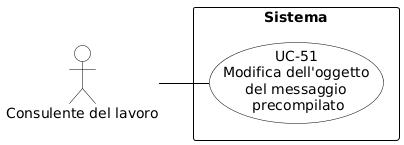
This is RTB/Analisi dei Requisiti/diagrammi_use_case/UC-51.png from aLittleByte-19/Documentazione, a PlantUML export, as it was before one commit.
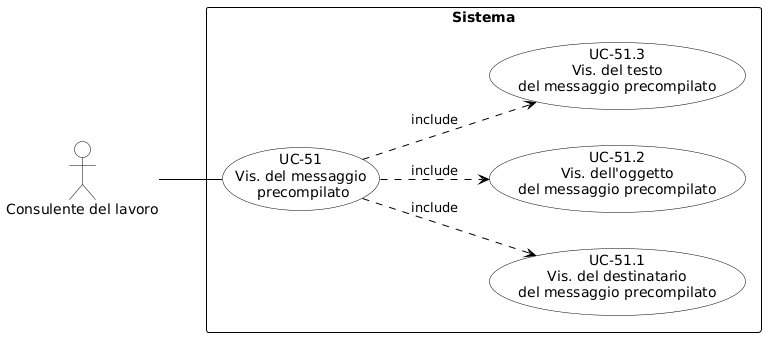
The same file after the commit.

Diff of the diagram source:
```diff
@@ -2,8 +2,6 @@
 skinparam shadowing false
 skinparam defaultFontName Arial
 left to right direction
-skinparam nodesep 15
-skinparam ranksep 50
 
 skinparam usecase {
     BackgroundColor white
@@ -19,12 +17,19 @@
     FontStyle bold
 }
 
-actor "Consulente del lavoro" as CL
+actor "Consulente del lavoro" as cdl
 
 rectangle "Sistema" {
-    usecase "UC-51\nModifica dell'oggetto\ndel messaggio\n precompilato" as UC51
+    usecase "UC-51\nVis. del messaggio\n precompilato" as UC51
 
+    usecase "UC-51.1\nVis. del destinatario\ndel messaggio precompilato" as UC51_1
+    usecase "UC-51.2\nVis. dell'oggetto\ndel messaggio precompilato" as UC51_2
+    usecase "UC-51.3\nVis. del testo\ndel messaggio precompilato" as UC51_3
+
+    UC51 .down.> UC51_1 : «include»
+    UC51 .down.> UC51_2 : «include»
+    UC51 .down.> UC51_3 : «include»
 }
 
-CL -- UC51
-@endl
+cdl -- UC51
+@enduml
```
